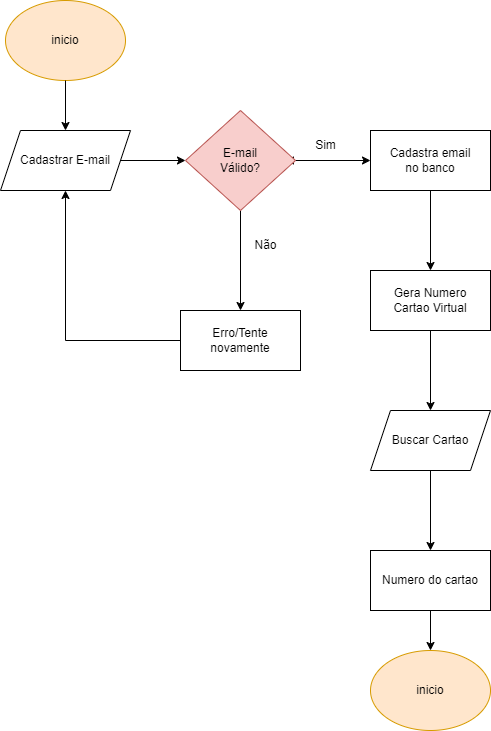
The draw.io diagram Cartao.drawio.png in ipsluizeduardo/ApiCartao, before a commit. Source tidied: cells renumbered, new cells last; positions are measured from the earlier drawing's top-left corner, leaving out a move shared by most shapes.
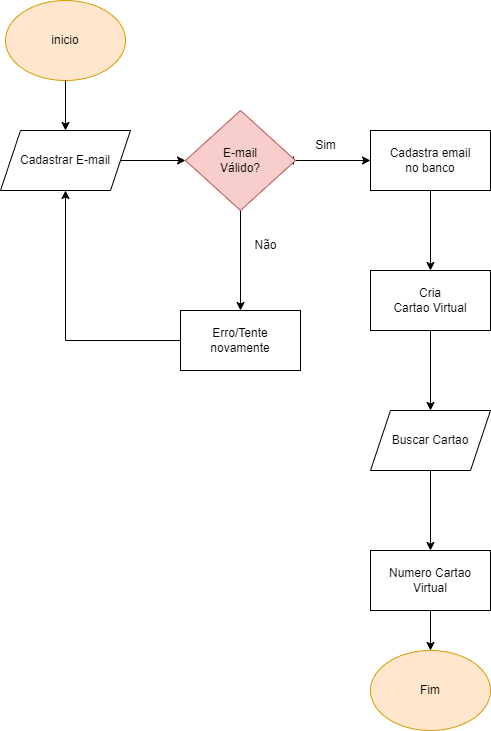
The same diagram one commit later.

The edit, as a diff of the source:
```diff
@@ -45,7 +45,7 @@
     <mxCell id="14" style="edgeStyle=orthogonalEdgeStyle;rounded=0;jettySize=auto;html=1;" parent="1" edge="1" source="15" target="20">
       <mxGeometry relative="1" as="geometry" />
     </mxCell>
-    <mxCell id="15" value="Gera Numero &lt;br&gt;Cartao Virtual" style="whiteSpace=wrap;html=1;" parent="1" vertex="1">
+    <mxCell id="15" value="Cria&lt;br&gt;Cartao Virtual" style="whiteSpace=wrap;html=1;" parent="1" vertex="1">
       <mxGeometry x="370" y="270" width="120" height="60" as="geometry" />
     </mxCell>
     <mxCell id="16" style="edgeStyle=orthogonalEdgeStyle;rounded=0;jettySize=auto;html=1;entryX=0.5;entryY=1;entryDx=0;entryDy=0;" parent="1" edge="1" source="17" target="4">
@@ -66,10 +66,10 @@
     <mxCell id="21" style="edgeStyle=orthogonalEdgeStyle;rounded=0;jettySize=auto;html=1;" parent="1" edge="1" source="22" target="23">
       <mxGeometry relative="1" as="geometry" />
     </mxCell>
-    <mxCell id="22" value="Numero do cartao" style="whiteSpace=wrap;html=1;" parent="1" vertex="1">
+    <mxCell id="22" value="Numero Cartao Virtual" style="whiteSpace=wrap;html=1;" parent="1" vertex="1">
       <mxGeometry x="370" y="550" width="120" height="60" as="geometry" />
     </mxCell>
-    <mxCell id="23" value="inicio" style="ellipse;whiteSpace=wrap;html=1;fillColor=#ffe6cc;strokeColor=#d79b00;" parent="1" vertex="1">
+    <mxCell id="23" value="Fim" style="ellipse;whiteSpace=wrap;html=1;fillColor=#ffe6cc;strokeColor=#d79b00;" parent="1" vertex="1">
       <mxGeometry x="370" y="650" width="120" height="80" as="geometry" />
     </mxCell>
   </root>
```
